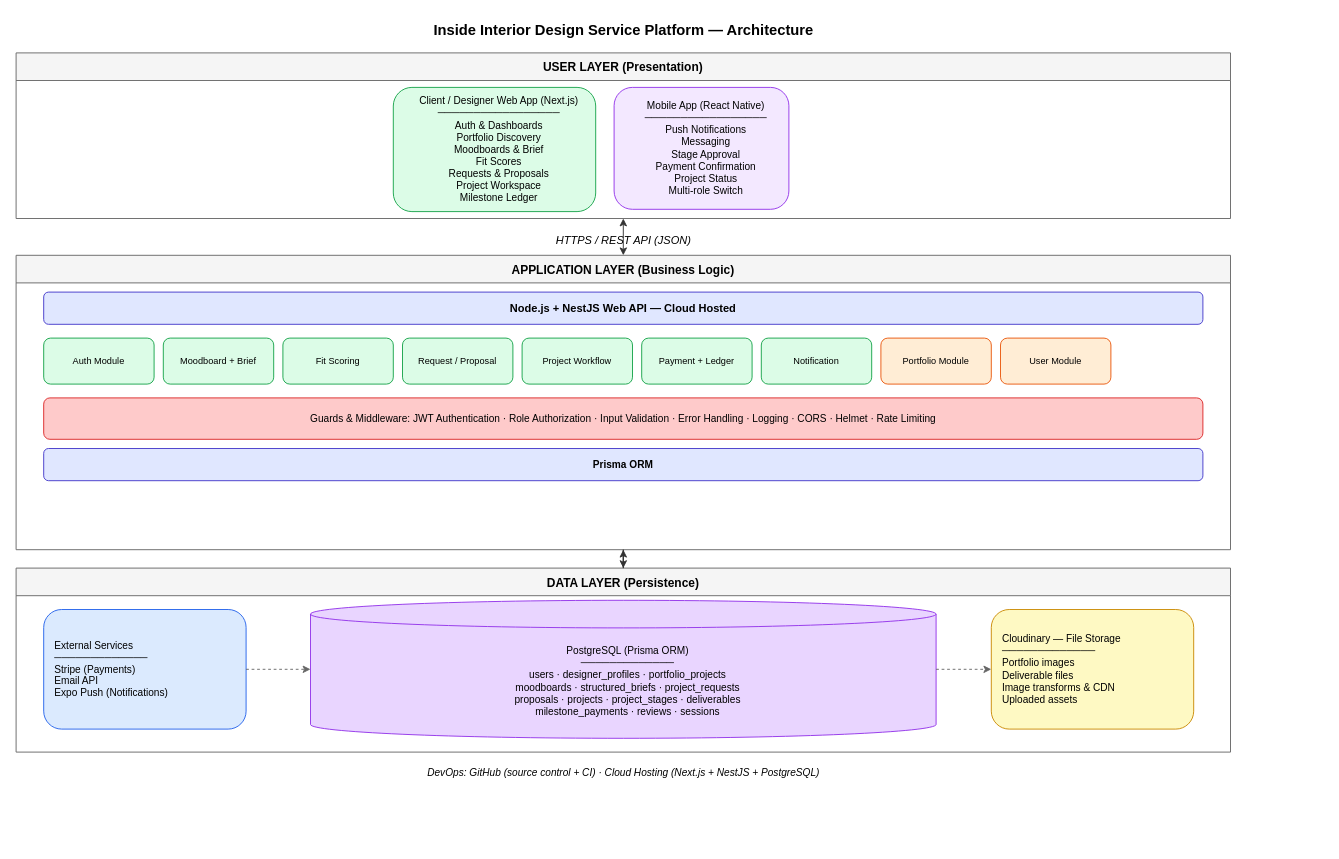
Earlier version of the draw.io diagram docs/Proposal/diagrams/Detailed AD.drawio (MNSBaanu/Inside). Source tidied: cells renumbered, new cells numbered last; positions are measured from the earlier drawing's top-left corner, leaving out a move shared by most shapes. Both pictures are drawn from the tidied source at 92%, with x=0, y=0 at pixel (16, 16).
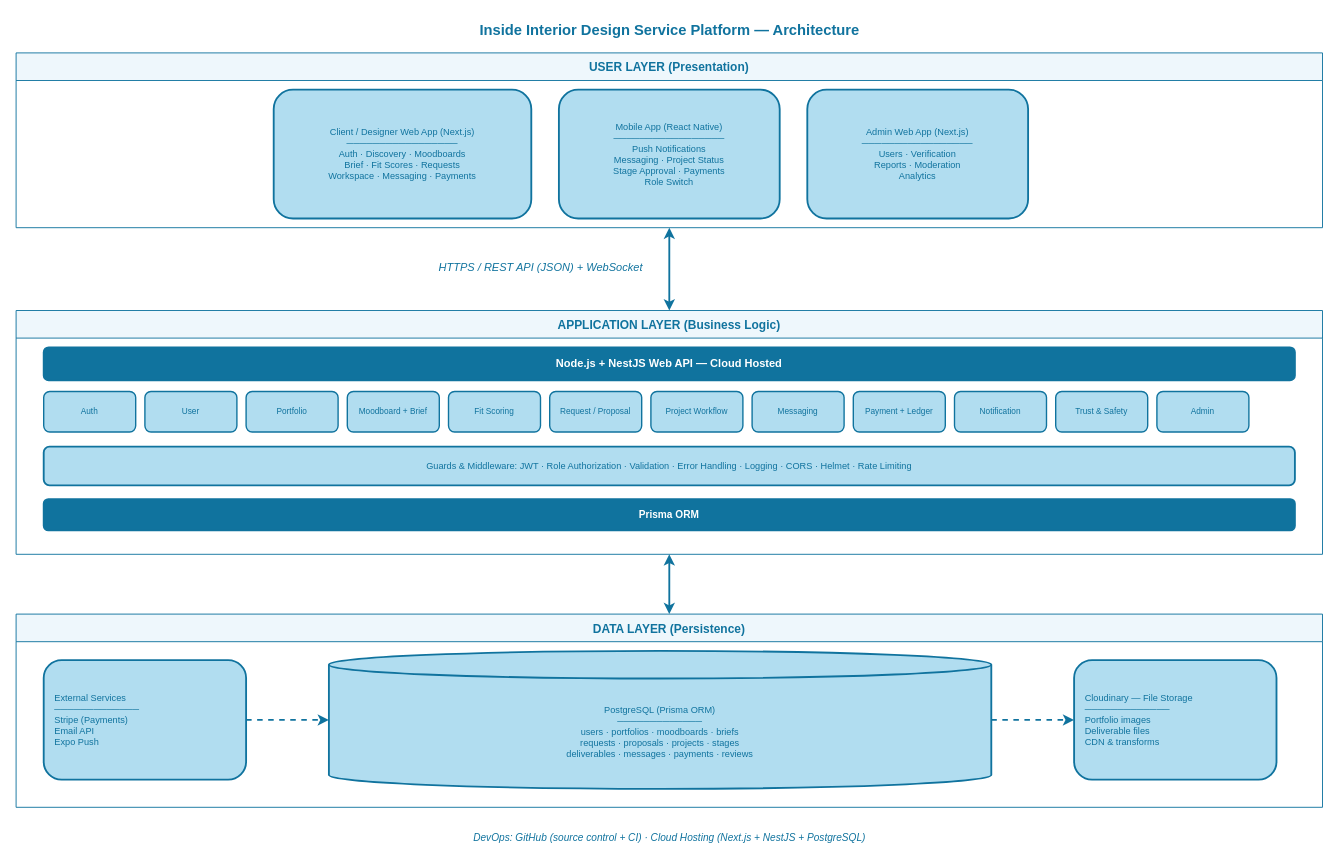
The same diagram, later.

Commit message (it also covers changes not shown here):
docs(proposal): Update diagrams and Gantt chart for project clarity

What changed in the source:
```diff
@@
-    <mxCell id="2" value="Inside Interior Design Service Platform — Architecture" style="text;html=1;strokeColor=none;fillColor=none;align=center;verticalAlign=middle;fontSize=16;fontStyle=1;" parent="1" vertex="1">
-      <mxGeometry x="260" width="800" height="30" as="geometry" />
+    <mxCell id="2" value="Inside Interior Design Service Platform — Architecture" style="text;html=1;strokeColor=none;fillColor=none;align=center;verticalAlign=middle;fontSize=16;fontStyle=1;fontColor=#10739e;" parent="1" vertex="1">
+      <mxGeometry x="260" width="900" height="30" as="geometry" />
     </mxCell>
-    <mxCell id="3" value="USER LAYER (Presentation)" style="swimlane;startSize=30;fillColor=#F5F5F5;strokeColor=#666666;fontStyle=1;fontSize=13;" parent="1" vertex="1">
-      <mxGeometry y="40" width="1320" height="180" as="geometry" />
+    <mxCell id="3" value="USER LAYER (Presentation)" style="swimlane;startSize=30;fillColor=#eef7fc;strokeColor=#10739e;fontStyle=1;fontSize=13;fontColor=#10739e;" parent="1" vertex="1">
+      <mxGeometry y="40" width="1420" height="190" as="geometry" />
     </mxCell>
-    <mxCell id="4" value="Client / Designer Web App (Next.js)&lt;br&gt;─────────────────&lt;br&gt;Auth &amp;amp; Dashboards&lt;br&gt;Portfolio Discovery&lt;br&gt;Moodboards &amp;amp; Brief&lt;br&gt;Fit Scores&lt;br&gt;Requests &amp;amp; Proposals&lt;br&gt;Project Workspace&lt;br&gt;Milestone Ledger" style="rounded=1;whiteSpace=wrap;html=1;fillColor=#DCFCE7;strokeColor=#16A34A;align=center;spacingLeft=10;fontSize=11;" parent="3" vertex="1">
-      <mxGeometry x="410" y="37.5" width="220" height="135" as="geometry" />
+    <mxCell id="4" value="Client / Designer Web App (Next.js)&lt;br&gt;─────────────────&lt;br&gt;Auth · Discovery · Moodboards&lt;br&gt;Brief · Fit Scores · Requests&lt;br&gt;Workspace · Messaging · Payments" style="rounded=1;whiteSpace=wrap;html=1;fillColor=#b1ddf0;strokeColor=#10739e;strokeWidth=2;align=center;fontSize=10;fontColor=#10739e;" parent="3" vertex="1">
+      <mxGeometry x="280" y="40" width="280" height="140" as="geometry" />
     </mxCell>
-    <mxCell id="5" value="Mobile App (React Native)&lt;br&gt;─────────────────&lt;br&gt;Push Notifications&lt;br&gt;Messaging&lt;br&gt;Stage Approval&lt;br&gt;Payment Confirmation&lt;br&gt;Project Status&lt;br&gt;Multi-role Switch" style="rounded=1;whiteSpace=wrap;html=1;fillColor=#F3E8FF;strokeColor=#9333EA;align=center;spacingLeft=10;fontSize=11;" parent="3" vertex="1">
-      <mxGeometry x="650" y="37.5" width="190" height="132.5" as="geometry" />
+    <mxCell id="5" value="Mobile App (React Native)&lt;br&gt;─────────────────&lt;br&gt;Push Notifications&lt;br&gt;Messaging · Project Status&lt;br&gt;Stage Approval · Payments&lt;br&gt;Role Switch" style="rounded=1;whiteSpace=wrap;html=1;fillColor=#b1ddf0;strokeColor=#10739e;strokeWidth=2;align=center;fontSize=10;fontColor=#10739e;" parent="3" vertex="1">
+      <mxGeometry x="590" y="40" width="240" height="140" as="geometry" />
     </mxCell>
+    <mxCell id="29" value="Admin Web App (Next.js)&lt;br&gt;─────────────────&lt;br&gt;Users · Verification&lt;br&gt;Reports · Moderation&lt;br&gt;Analytics" style="rounded=1;whiteSpace=wrap;html=1;fillColor=#b1ddf0;strokeColor=#10739e;strokeWidth=2;align=center;fontSize=10;fontColor=#10739e;" parent="3" vertex="1">
+      <mxGeometry x="860" y="40" width="240" height="140" as="geometry" />
+    </mxCell>
-    <mxCell id="6" value="HTTPS / REST API (JSON)" style="text;html=1;strokeColor=none;fillColor=none;align=center;fontSize=12;fontStyle=2;" parent="1" vertex="1">
-      <mxGeometry x="520" y="230" width="280" height="20" as="geometry" />
+    <mxCell id="6" value="HTTPS / REST API (JSON) + WebSocket" style="text;html=1;strokeColor=none;fillColor=none;align=center;fontSize=12;fontStyle=2;fontColor=#10739e;" parent="1" vertex="1">
+      <mxGeometry x="410" y="260" width="320" height="20" as="geometry" />
     </mxCell>
-    <mxCell id="7" value="APPLICATION LAYER (Business Logic)" style="swimlane;startSize=30;fillColor=#F5F5F5;strokeColor=#666666;fontStyle=1;fontSize=13;" parent="1" vertex="1">
-      <mxGeometry y="260" width="1320" height="320" as="geometry" />
+    <mxCell id="7" value="APPLICATION LAYER (Business Logic)" style="swimlane;startSize=30;fillColor=#eef7fc;strokeColor=#10739e;fontStyle=1;fontSize=13;fontColor=#10739e;" parent="1" vertex="1">
+      <mxGeometry y="320" width="1420" height="265" as="geometry" />
     </mxCell>
-    <mxCell id="8" value="Node.js + NestJS Web API — Cloud Hosted" style="rounded=1;whiteSpace=wrap;html=1;fillColor=#E0E7FF;strokeColor=#4338CA;fontStyle=1;fontSize=12;" parent="7" vertex="1">
-      <mxGeometry x="30" y="40" width="1260" height="35" as="geometry" />
+    <mxCell id="8" value="Node.js + NestJS Web API — Cloud Hosted" style="rounded=1;whiteSpace=wrap;html=1;fillColor=#10739e;strokeColor=#10739e;strokeWidth=2;fontStyle=1;fontSize=12;fontColor=#ffffff;" parent="7" vertex="1">
+      <mxGeometry x="30" y="40" width="1360" height="36" as="geometry" />
     </mxCell>
-    <mxCell id="9" value="Auth Module" style="rounded=1;whiteSpace=wrap;html=1;fillColor=#DCFCE7;strokeColor=#16A34A;fontSize=10;" parent="7" vertex="1">
-      <mxGeometry x="30" y="90" width="120" height="50" as="geometry" />
+    <mxCell id="9" value="Auth" style="rounded=1;whiteSpace=wrap;html=1;fillColor=#b1ddf0;strokeColor=#10739e;strokeWidth=1.5;fontSize=9;fontColor=#10739e;" parent="7" vertex="1">
+      <mxGeometry x="30" y="88" width="100" height="44" as="geometry" />
     </mxCell>
-    <mxCell id="10" value="Moodboard + Brief" style="rounded=1;whiteSpace=wrap;html=1;fillColor=#DCFCE7;strokeColor=#16A34A;fontSize=10;" parent="7" vertex="1">
-      <mxGeometry x="160" y="90" width="120" height="50" as="geometry" />
+    <mxCell id="10" value="User" style="rounded=1;whiteSpace=wrap;html=1;fillColor=#b1ddf0;strokeColor=#10739e;strokeWidth=1.5;fontSize=9;fontColor=#10739e;" parent="7" vertex="1">
+      <mxGeometry x="140" y="88" width="100" height="44" as="geometry" />
     </mxCell>
-    <mxCell id="11" value="Fit Scoring" style="rounded=1;whiteSpace=wrap;html=1;fillColor=#DCFCE7;strokeColor=#16A34A;fontSize=10;" parent="7" vertex="1">
-      <mxGeometry x="290" y="90" width="120" height="50" as="geometry" />
+    <mxCell id="11" value="Portfolio" style="rounded=1;whiteSpace=wrap;html=1;fillColor=#b1ddf0;strokeColor=#10739e;strokeWidth=1.5;fontSize=9;fontColor=#10739e;" parent="7" vertex="1">
+      <mxGeometry x="250" y="88" width="100" height="44" as="geometry" />
     </mxCell>
-    <mxCell id="12" value="Request / Proposal" style="rounded=1;whiteSpace=wrap;html=1;fillColor=#DCFCE7;strokeColor=#16A34A;fontSize=10;" parent="7" vertex="1">
-      <mxGeometry x="420" y="90" width="120" height="50" as="geometry" />
+    <mxCell id="12" value="Moodboard + Brief" style="rounded=1;whiteSpace=wrap;html=1;fillColor=#b1ddf0;strokeColor=#10739e;strokeWidth=1.5;fontSize=9;fontColor=#10739e;" parent="7" vertex="1">
+      <mxGeometry x="360" y="88" width="100" height="44" as="geometry" />
     </mxCell>
-    <mxCell id="13" value="Project Workflow" style="rounded=1;whiteSpace=wrap;html=1;fillColor=#DCFCE7;strokeColor=#16A34A;fontSize=10;" parent="7" vertex="1">
-      <mxGeometry x="550" y="90" width="120" height="50" as="geometry" />
+    <mxCell id="13" value="Fit Scoring" style="rounded=1;whiteSpace=wrap;html=1;fillColor=#b1ddf0;strokeColor=#10739e;strokeWidth=1.5;fontSize=9;fontColor=#10739e;" parent="7" vertex="1">
+      <mxGeometry x="470" y="88" width="100" height="44" as="geometry" />
     </mxCell>
-    <mxCell id="14" value="Payment + Ledger" style="rounded=1;whiteSpace=wrap;html=1;fillColor=#DCFCE7;strokeColor=#16A34A;fontSize=10;" parent="7" vertex="1">
-      <mxGeometry x="680" y="90" width="120" height="50" as="geometry" />
+    <mxCell id="14" value="Request / Proposal" style="rounded=1;whiteSpace=wrap;html=1;fillColor=#b1ddf0;strokeColor=#10739e;strokeWidth=1.5;fontSize=9;fontColor=#10739e;" parent="7" vertex="1">
+      <mxGeometry x="580" y="88" width="100" height="44" as="geometry" />
     </mxCell>
-    <mxCell id="15" value="Notification" style="rounded=1;whiteSpace=wrap;html=1;fillColor=#DCFCE7;strokeColor=#16A34A;fontSize=10;" parent="7" vertex="1">
-      <mxGeometry x="810" y="90" width="120" height="50" as="geometry" />
+    <mxCell id="15" value="Project Workflow" style="rounded=1;whiteSpace=wrap;html=1;fillColor=#b1ddf0;strokeColor=#10739e;strokeWidth=1.5;fontSize=9;fontColor=#10739e;" parent="7" vertex="1">
+      <mxGeometry x="690" y="88" width="100" height="44" as="geometry" />
     </mxCell>
-    <mxCell id="16" value="Portfolio Module" style="rounded=1;whiteSpace=wrap;html=1;fillColor=#FFEDD5;strokeColor=#EA580C;fontSize=10;" parent="7" vertex="1">
-      <mxGeometry x="940" y="90" width="120" height="50" as="geometry" />
+    <mxCell id="16" value="Messaging" style="rounded=1;whiteSpace=wrap;html=1;fillColor=#b1ddf0;strokeColor=#10739e;strokeWidth=1.5;fontSize=9;fontColor=#10739e;" parent="7" vertex="1">
+      <mxGeometry x="800" y="88" width="100" height="44" as="geometry" />
     </mxCell>
-    <mxCell id="17" value="User Module" style="rounded=1;whiteSpace=wrap;html=1;fillColor=#FFEDD5;strokeColor=#EA580C;fontSize=10;" parent="7" vertex="1">
-      <mxGeometry x="1070" y="90" width="120" height="50" as="geometry" />
+    <mxCell id="17" value="Payment + Ledger" style="rounded=1;whiteSpace=wrap;html=1;fillColor=#b1ddf0;strokeColor=#10739e;strokeWidth=1.5;fontSize=9;fontColor=#10739e;" parent="7" vertex="1">
+      <mxGeometry x="910" y="88" width="100" height="44" as="geometry" />
     </mxCell>
+    <mxCell id="30" value="Notification" style="rounded=1;whiteSpace=wrap;html=1;fillColor=#b1ddf0;strokeColor=#10739e;strokeWidth=1.5;fontSize=9;fontColor=#10739e;" parent="7" vertex="1">
+      <mxGeometry x="1020" y="88" width="100" height="44" as="geometry" />
+    </mxCell>
+    <mxCell id="31" value="Trust &amp; Safety" style="rounded=1;whiteSpace=wrap;html=1;fillColor=#b1ddf0;strokeColor=#10739e;strokeWidth=1.5;fontSize=9;fontColor=#10739e;" parent="7" vertex="1">
+      <mxGeometry x="1130" y="88" width="100" height="44" as="geometry" />
+    </mxCell>
+    <mxCell id="32" value="Admin" style="rounded=1;whiteSpace=wrap;html=1;fillColor=#b1ddf0;strokeColor=#10739e;strokeWidth=1.5;fontSize=9;fontColor=#10739e;" parent="7" vertex="1">
+      <mxGeometry x="1240" y="88" width="100" height="44" as="geometry" />
+    </mxCell>
-    <mxCell id="18" value="Guards &amp; Middleware: JWT Authentication · Role Authorization · Input Validation · Error Handling · Logging · CORS · Helmet · Rate Limiting" style="rounded=1;whiteSpace=wrap;html=1;fillColor=#FECACA;strokeColor=#DC2626;fontSize=11;" parent="7" vertex="1">
-      <mxGeometry x="30" y="155" width="1260" height="45" as="geometry" />
+    <mxCell id="18" value="Guards &amp; Middleware: JWT · Role Authorization · Validation · Error Handling · Logging · CORS · Helmet · Rate Limiting" style="rounded=1;whiteSpace=wrap;html=1;fillColor=#b1ddf0;strokeColor=#10739e;strokeWidth=2;fontSize=10;fontColor=#10739e;" parent="7" vertex="1">
+      <mxGeometry x="30" y="148" width="1360" height="42" as="geometry" />
     </mxCell>
-    <mxCell id="19" value="Prisma ORM" style="rounded=1;whiteSpace=wrap;html=1;fillColor=#E0E7FF;strokeColor=#4338CA;fontSize=11;fontStyle=1;" parent="7" vertex="1">
-      <mxGeometry x="30" y="210" width="1260" height="35" as="geometry" />
+    <mxCell id="19" value="Prisma ORM" style="rounded=1;whiteSpace=wrap;html=1;fillColor=#10739e;strokeColor=#10739e;strokeWidth=2;fontSize=11;fontStyle=1;fontColor=#ffffff;" parent="7" vertex="1">
+      <mxGeometry x="30" y="205" width="1360" height="34" as="geometry" />
     </mxCell>
-    <mxCell id="20" value="DATA LAYER (Persistence)" style="swimlane;startSize=30;fillColor=#F5F5F5;strokeColor=#666666;fontStyle=1;fontSize=13;" parent="1" vertex="1">
-      <mxGeometry y="600" width="1320" height="200" as="geometry" />
+    <mxCell id="20" value="DATA LAYER (Persistence)" style="swimlane;startSize=30;fillColor=#eef7fc;strokeColor=#10739e;fontStyle=1;fontSize=13;fontColor=#10739e;" parent="1" vertex="1">
+      <mxGeometry y="650" width="1420" height="210" as="geometry" />
     </mxCell>
-    <mxCell id="21" value="External Services&lt;br&gt;─────────────&lt;br&gt;Stripe (Payments)&lt;br&gt;Email API&lt;br&gt;Expo Push (Notifications)" style="rounded=1;whiteSpace=wrap;html=1;fillColor=#DBEAFE;strokeColor=#2563EB;align=left;spacingLeft=10;fontSize=11;" parent="20" vertex="1">
-      <mxGeometry x="30" y="45" width="220" height="130" as="geometry" />
+    <mxCell id="21" value="External Services&lt;br&gt;─────────────&lt;br&gt;Stripe (Payments)&lt;br&gt;Email API&lt;br&gt;Expo Push" style="rounded=1;whiteSpace=wrap;html=1;fillColor=#b1ddf0;strokeColor=#10739e;strokeWidth=2;align=left;spacingLeft=10;fontSize=10;fontColor=#10739e;" parent="20" vertex="1">
+      <mxGeometry x="30" y="50" width="220" height="130" as="geometry" />
     </mxCell>
-    <mxCell id="22" value="PostgreSQL (Prisma ORM)&lt;br&gt;─────────────&lt;br&gt;users · designer_profiles · portfolio_projects&lt;br&gt;moodboards · structured_briefs · project_requests&lt;br&gt;proposals · projects · project_stages · deliverables&lt;br&gt;milestone_payments · reviews · sessions" style="shape=cylinder3;whiteSpace=wrap;html=1;boundedLbl=1;backgroundOutline=1;size=15;fillColor=#E9D5FF;strokeColor=#9333EA;align=center;spacingLeft=10;fontSize=11;" parent="20" vertex="1">
-      <mxGeometry x="320" y="35" width="680" height="150" as="geometry" />
+    <mxCell id="22" value="PostgreSQL (Prisma ORM)&lt;br&gt;─────────────&lt;br&gt;users · portfolios · moodboards · briefs&lt;br&gt;requests · proposals · projects · stages&lt;br&gt;deliverables · messages · payments · reviews" style="shape=cylinder3;whiteSpace=wrap;html=1;boundedLbl=1;backgroundOutline=1;size=15;fillColor=#b1ddf0;strokeColor=#10739e;strokeWidth=2;align=center;fontSize=10;fontColor=#10739e;" parent="20" vertex="1">
+      <mxGeometry x="340" y="40" width="720" height="150" as="geometry" />
     </mxCell>
-    <mxCell id="23" value="Cloudinary — File Storage&#10;─────────────&#10;Portfolio images&#10;Deliverable files&#10;Image transforms &amp; CDN&#10;Uploaded assets" style="rounded=1;whiteSpace=wrap;html=1;fillColor=#FEF9C3;strokeColor=#CA8A04;align=left;spacingLeft=10;fontSize=11;" parent="20" vertex="1">
-      <mxGeometry x="1060" y="45" width="220" height="130" as="geometry" />
+    <mxCell id="23" value="Cloudinary — File Storage&lt;br&gt;─────────────&lt;br&gt;Portfolio images&lt;br&gt;Deliverable files&lt;br&gt;CDN &amp; transforms" style="rounded=1;whiteSpace=wrap;html=1;fillColor=#b1ddf0;strokeColor=#10739e;strokeWidth=2;align=left;spacingLeft=10;fontSize=10;fontColor=#10739e;" parent="20" vertex="1">
+      <mxGeometry x="1150" y="50" width="220" height="130" as="geometry" />
     </mxCell>
-    <mxCell id="24" value="DevOps: GitHub (source control + CI) · Cloud Hosting (Next.js + NestJS + PostgreSQL)" style="text;html=1;strokeColor=none;fillColor=none;align=center;fontSize=11;fontStyle=2;" parent="1" vertex="1">
-      <mxGeometry x="260" y="810" width="800" height="20" as="geometry" />
+    <mxCell id="24" value="DevOps: GitHub (source control + CI) · Cloud Hosting (Next.js + NestJS + PostgreSQL)" style="text;html=1;strokeColor=none;fillColor=none;align=center;fontSize=11;fontStyle=2;fontColor=#10739e;" parent="1" vertex="1">
+      <mxGeometry x="260" y="880" width="900" height="20" as="geometry" />
     </mxCell>
-    <mxCell id="25" style="edgeStyle=orthogonalEdgeStyle;rounded=0;jettySize=auto;html=1;strokeColor=#666666;dashed=1;" parent="1" edge="1" source="21" target="22">
+    <mxCell id="25" style="edgeStyle=orthogonalEdgeStyle;rounded=0;jettySize=auto;html=1;strokeColor=#10739e;strokeWidth=2;dashed=1;" parent="1" edge="1" source="21" target="22">
       <mxGeometry relative="1" as="geometry" />
     </mxCell>
-    <mxCell id="26" style="edgeStyle=orthogonalEdgeStyle;rounded=0;jettySize=auto;html=1;strokeColor=#666666;dashed=1;" parent="1" edge="1" source="22" target="23">
+    <mxCell id="26" style="edgeStyle=orthogonalEdgeStyle;rounded=0;jettySize=auto;html=1;strokeColor=#10739e;strokeWidth=2;dashed=1;" parent="1" edge="1" source="22" target="23">
       <mxGeometry relative="1" as="geometry" />
     </mxCell>
-    <mxCell id="27" style="edgeStyle=orthogonalEdgeStyle;rounded=0;jettySize=auto;html=1;strokeColor=#333333;endArrow=classic;startArrow=classic;" parent="1" edge="1" source="3" target="7">
+    <mxCell id="27" style="edgeStyle=orthogonalEdgeStyle;rounded=0;jettySize=auto;html=1;strokeColor=#10739e;strokeWidth=2;endArrow=classic;startArrow=classic;" parent="1" edge="1" source="3" target="7">
       <mxGeometry relative="1" as="geometry" />
     </mxCell>
-    <mxCell id="28" style="edgeStyle=orthogonalEdgeStyle;rounded=0;jettySize=auto;html=1;strokeColor=#333333;endArrow=classic;startArrow=classic;" parent="1" edge="1" source="7" target="20">
+    <mxCell id="28" style="edgeStyle=orthogonalEdgeStyle;rounded=0;jettySize=auto;html=1;strokeColor=#10739e;strokeWidth=2;endArrow=classic;startArrow=classic;" parent="1" edge="1" source="7" target="20">
       <mxGeometry relative="1" as="geometry" />
     </mxCell>
```
